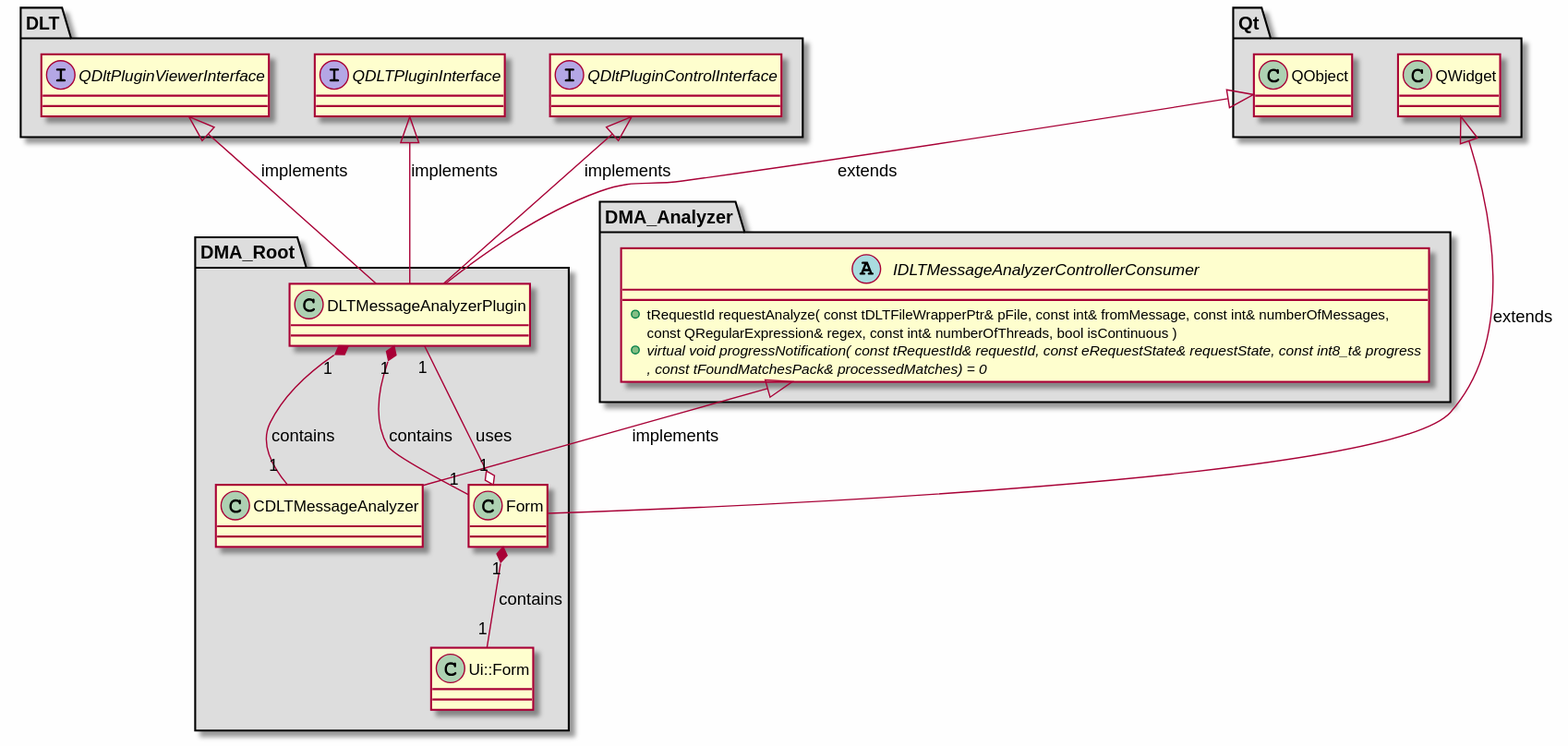
The PlantUML diagram md/dev_docs/puml/DMA_Root_standalone.svg in svlad-90/DLT-Message-Analyzer, before a commit.
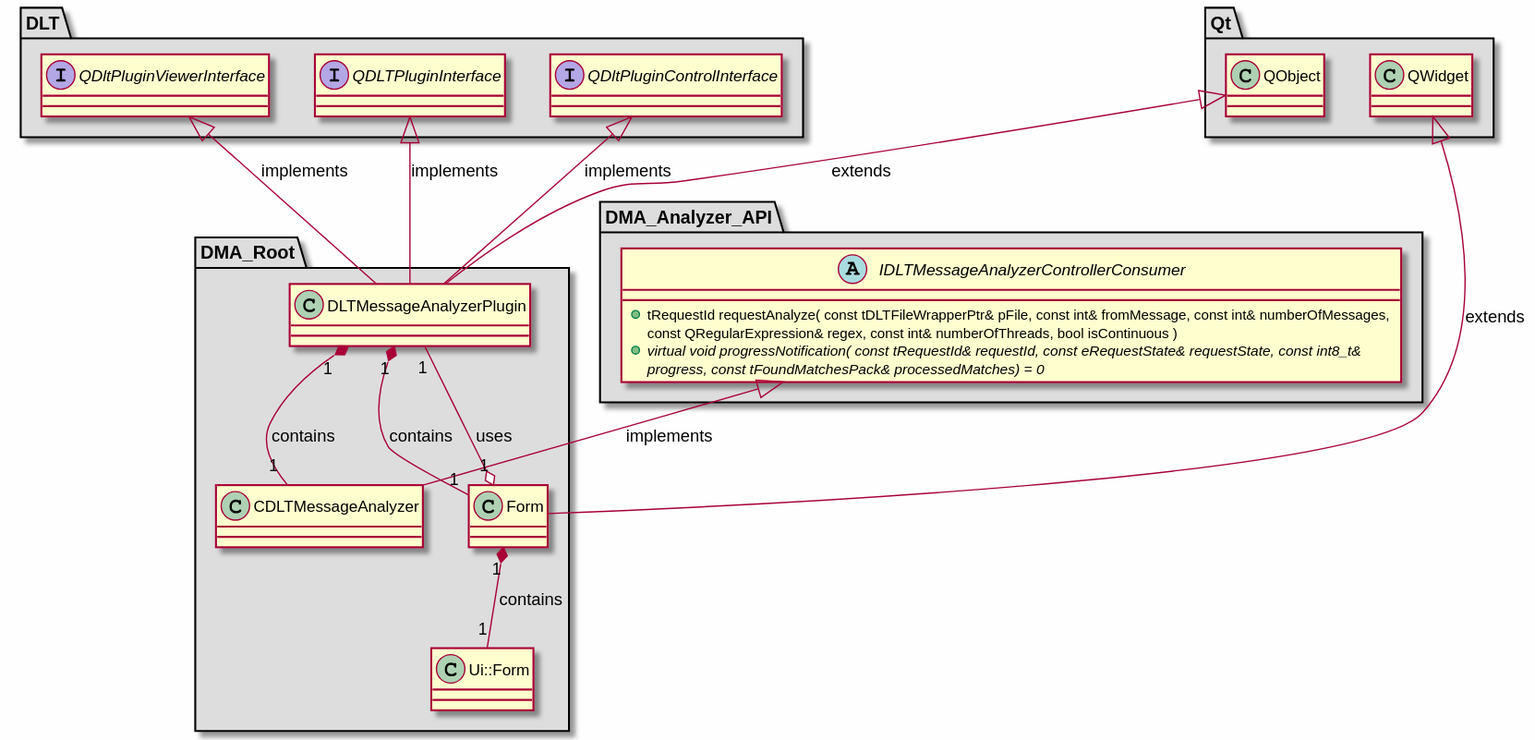
Later version of the same file.

Change to the diagram source:
```diff
@@ -19,7 +19,7 @@
 
 }
 
-package "DMA_Analyzer" #DDDDDD
+package "DMA_Analyzer_API" #DDDDDD
 {
 
 abstract class "IDLTMessageAnalyzerControllerConsumer"
```
